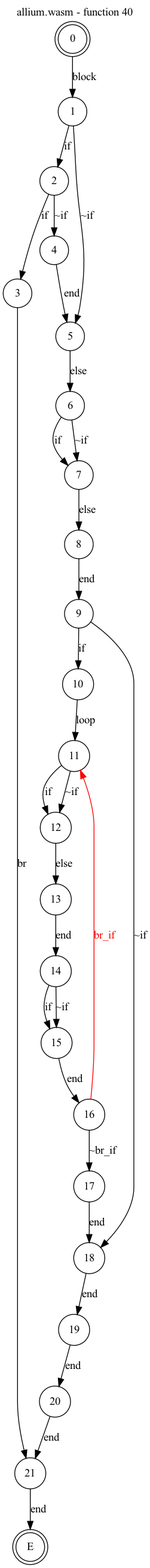
Before: test_cases/allium/funcs/allium-func40.png, a diagram exported from Graphviz (jsCarleton/wanalyze). Its source is kept beside it as test_cases/allium/funcs/allium-func40.dot.
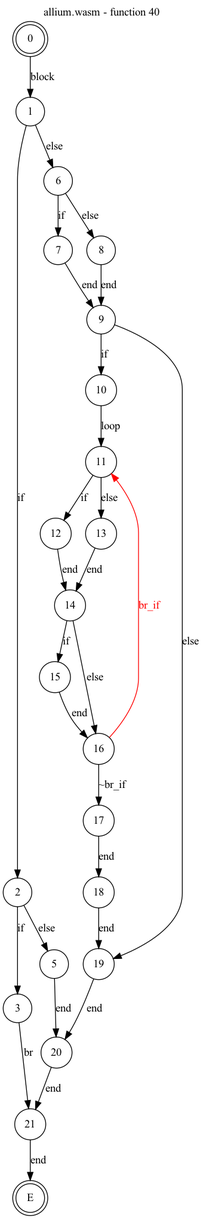
After the change.

The edit, as a diff of the source:
```diff
@@ -8,25 +8,24 @@
     node [shape = circle];
     0 -> 1[label="block"];
     1 -> 2[label="if"];
-    1 -> 5[label="~if"];
+    1 -> 6[label="else"];
     2 -> 3[label="if"];
-    2 -> 4[label="~if"];
+    2 -> 5[label="else"];
     3 -> 21[label="br"];
-    4 -> 5[label="end"];
-    5 -> 6[label="else"];
+    5 -> 20[label="end"];
     6 -> 7[label="if"];
-    6 -> 7[label="~if"];
-    7 -> 8[label="else"];
+    6 -> 8[label="else"];
+    7 -> 9[label="end"];
     8 -> 9[label="end"];
     9 -> 10[label="if"];
-    9 -> 18[label="~if"];
+    9 -> 19[label="else"];
     10 -> 11[label="loop"];
     11 -> 12[label="if"];
-    11 -> 12[label="~if"];
-    12 -> 13[label="else"];
+    11 -> 13[label="else"];
+    12 -> 14[label="end"];
     13 -> 14[label="end"];
     14 -> 15[label="if"];
-    14 -> 15[label="~if"];
+    14 -> 16[label="else"];
     15 -> 16[label="end"];
     16 -> 17[label="~br_if"];
     16 -> 11[color="red" fontcolor="red" label="br_if"];
```
